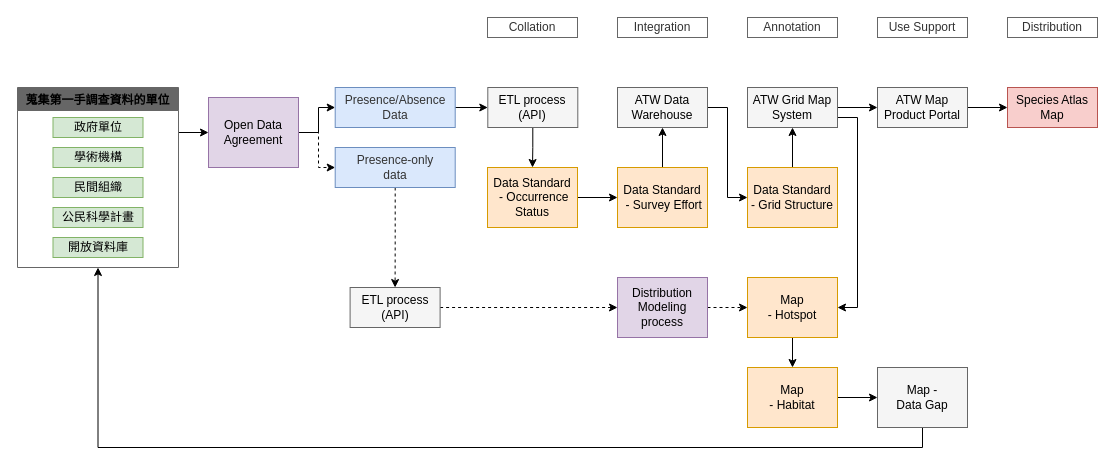
Above: ATW_data_flow.drawio in jerome-cjko/foolingAround (draw.io), before the change. Source tidied: cells renumbered, new cells numbered last; positions are measured from the earlier drawing's top-left corner, leaving out a move shared by most shapes. Both pictures are drawn from the tidied source at 100%, with x=0, y=0 at pixel (17, 17).
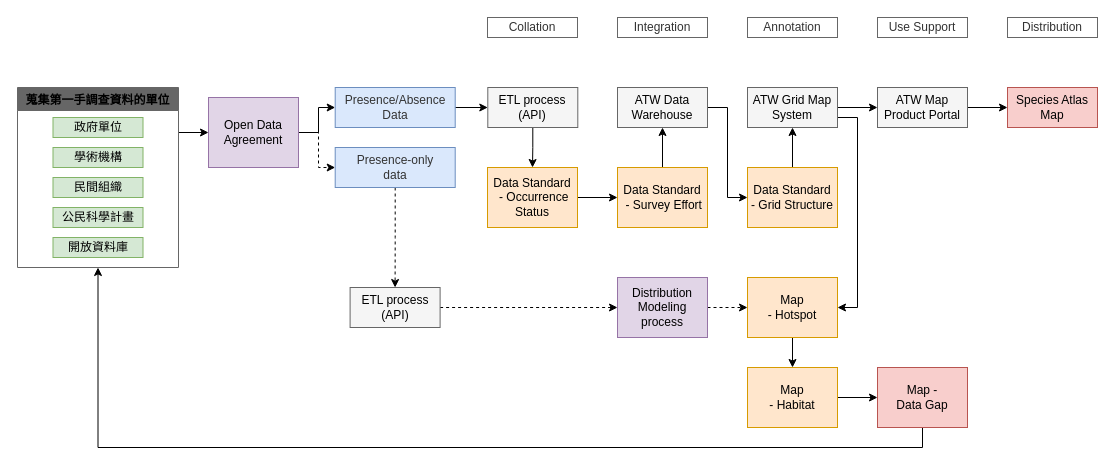
After the change.

The edit, as a diff of the source:
```diff
@@
-    <mxCell id="31" value="Map -&lt;br&gt;Data Gap" style="text;html=1;strokeColor=#666666;fillColor=#F5F5F5;align=center;verticalAlign=middle;whiteSpace=wrap;rounded=0;" parent="1" vertex="1">
+    <mxCell id="31" value="Map -&lt;br&gt;Data Gap" style="text;html=1;strokeColor=#B85450;fillColor=#F8CECC;align=center;verticalAlign=middle;whiteSpace=wrap;rounded=0;" parent="1" vertex="1">
       <mxGeometry x="860" y="350" width="90" height="60" as="geometry" />
     </mxCell>
```
